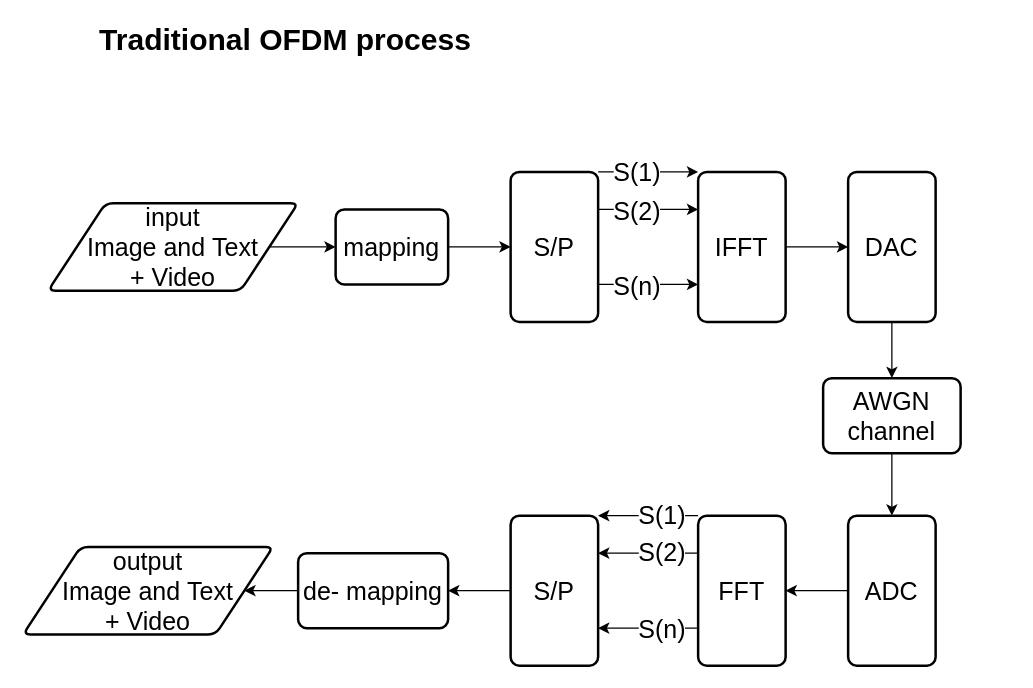
Earlier version of the draw.io diagram page "tradOFDM" (1 of 5) of mod.drawio (troders34/research). Source tidied: cells renumbered, new cells numbered last; positions are measured from the earlier drawing's top-left corner, leaving out a move shared by most shapes. Both pictures are drawn from the tidied source at 125%, with x=0, y=0 at pixel (22, 21).
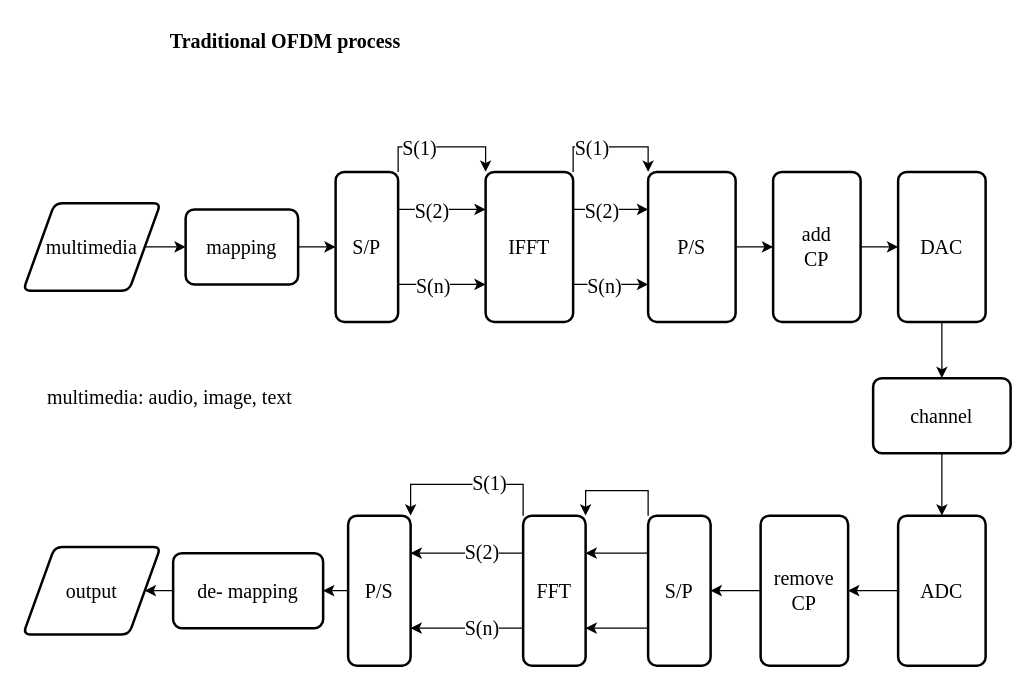
The same diagram, later.

The edit, as a diff of the source:
```diff
@@
-    <mxCell id="2" style="edgeStyle=orthogonalEdgeStyle;rounded=0;jettySize=auto;html=1;exitX=1;exitY=0.5;exitDx=0;exitDy=0;entryX=0;entryY=0.5;entryDx=0;entryDy=0;" parent="1" edge="1" source="3" target="5">
+    <mxCell id="2" style="edgeStyle=orthogonalEdgeStyle;rounded=0;jettySize=auto;html=1;exitX=1;exitY=0.5;exitDx=0;exitDy=0;entryX=0;entryY=0.5;entryDx=0;entryDy=0;fontFamily=Times New Roman;fontSize=16;" parent="1" edge="1" source="3" target="5">
       <mxGeometry relative="1" as="geometry" />
     </mxCell>
-    <mxCell id="3" value="&lt;div&gt;input&lt;/div&gt;Image and&amp;nbsp;&lt;span style=&quot;background-color: transparent; color: light-dark(rgb(0, 0, 0), rgb(255, 255, 255));&quot;&gt;Text&lt;/span&gt;&lt;div&gt;+ Video&lt;/div&gt;" style="shape=parallelogram;html=1;strokeWidth=2;perimeter=parallelogramPerimeter;whiteSpace=wrap;rounded=1;arcSize=12;size=0.23;fontSize=20;" parent="1" vertex="1">
-      <mxGeometry x="20" y="145" width="200" height="70" as="geometry" />
+    <mxCell id="3" value="&lt;div&gt;&lt;span style=&quot;background-color: transparent; color: light-dark(rgb(0, 0, 0), rgb(255, 255, 255));&quot;&gt;multimedia&lt;/span&gt;&lt;/div&gt;" style="shape=parallelogram;html=1;strokeWidth=2;perimeter=parallelogramPerimeter;whiteSpace=wrap;rounded=1;arcSize=12;size=0.23;fontSize=16;fontFamily=Times New Roman;" parent="1" vertex="1">
+      <mxGeometry y="145" width="110" height="70" as="geometry" />
     </mxCell>
-    <mxCell id="4" style="edgeStyle=orthogonalEdgeStyle;rounded=0;jettySize=auto;html=1;exitX=1;exitY=0.5;exitDx=0;exitDy=0;entryX=0;entryY=0.5;entryDx=0;entryDy=0;" parent="1" edge="1" source="5" target="13">
+    <mxCell id="4" style="edgeStyle=orthogonalEdgeStyle;rounded=0;jettySize=auto;html=1;exitX=1;exitY=0.5;exitDx=0;exitDy=0;entryX=0;entryY=0.5;entryDx=0;entryDy=0;fontFamily=Times New Roman;fontSize=16;" parent="1" edge="1" source="5" target="13">
       <mxGeometry relative="1" as="geometry" />
     </mxCell>
-    <mxCell id="5" value="mapping" style="rounded=1;whiteSpace=wrap;html=1;absoluteArcSize=1;arcSize=14;strokeWidth=2;fontSize=20;" parent="1" vertex="1">
-      <mxGeometry x="250" y="150" width="90" height="60" as="geometry" />
+    <mxCell id="5" value="mapping" style="rounded=1;whiteSpace=wrap;html=1;absoluteArcSize=1;arcSize=14;strokeWidth=2;fontSize=16;fontFamily=Times New Roman;" parent="1" vertex="1">
+      <mxGeometry x="130" y="150" width="90" height="60" as="geometry" />
     </mxCell>
-    <mxCell id="6" style="edgeStyle=orthogonalEdgeStyle;rounded=0;jettySize=auto;html=1;exitX=1;exitY=0.5;exitDx=0;exitDy=0;entryX=0;entryY=0.5;entryDx=0;entryDy=0;" parent="1" edge="1" source="13">
-      <mxGeometry relative="1" as="geometry">
-        <mxPoint x="450" y="182.5" as="targetPoint" />
-      </mxGeometry>
-    </mxCell>
-    <mxCell id="7" style="edgeStyle=orthogonalEdgeStyle;rounded=0;jettySize=auto;html=1;exitX=1;exitY=0.25;exitDx=0;exitDy=0;entryX=0;entryY=0.25;entryDx=0;entryDy=0;" parent="1" edge="1" source="13" target="15">
+    <mxCell id="7" style="edgeStyle=orthogonalEdgeStyle;rounded=0;jettySize=auto;html=1;exitX=1;exitY=0.25;exitDx=0;exitDy=0;entryX=0;entryY=0.25;entryDx=0;entryDy=0;fontFamily=Times New Roman;fontSize=16;" parent="1" edge="1" source="13" target="15">
       <mxGeometry relative="1" as="geometry" />
     </mxCell>
-    <mxCell id="8" value="&lt;font style=&quot;font-size: 20px;&quot;&gt;S(2)&lt;/font&gt;" style="edgeLabel;html=1;align=center;verticalAlign=middle;" parent="7" vertex="1">
+    <mxCell id="8" value="&lt;font&gt;S(2)&lt;/font&gt;" style="edgeLabel;html=1;align=center;verticalAlign=middle;fontFamily=Times New Roman;fontSize=16;" parent="7" vertex="1">
       <mxGeometry x="-0.21" relative="1" as="geometry">
         <mxPoint x="-2" as="offset" />
       </mxGeometry>
     </mxCell>
-    <mxCell id="9" style="edgeStyle=orthogonalEdgeStyle;rounded=0;jettySize=auto;html=1;exitX=1;exitY=0;exitDx=0;exitDy=0;entryX=0;entryY=0;entryDx=0;entryDy=0;" parent="1" edge="1" source="13" target="15">
+    <mxCell id="9" style="edgeStyle=orthogonalEdgeStyle;rounded=0;jettySize=auto;html=1;exitX=1;exitY=0;exitDx=0;exitDy=0;entryX=0;entryY=0;entryDx=0;entryDy=0;fontFamily=Times New Roman;fontSize=16;" parent="1" edge="1" source="13" target="15">
       <mxGeometry relative="1" as="geometry">
         <Array as="points">
-          <mxPoint x="510" y="120" />
-          <mxPoint x="510" y="120" />
+          <mxPoint x="300" y="100" />
+          <mxPoint x="370" y="100" />
         </Array>
       </mxGeometry>
     </mxCell>
-    <mxCell id="10" value="&lt;font style=&quot;font-size: 20px;&quot;&gt;S(1)&lt;/font&gt;" style="edgeLabel;html=1;align=center;verticalAlign=middle;" parent="9" vertex="1">
+    <mxCell id="10" value="&lt;font&gt;S(1)&lt;/font&gt;" style="edgeLabel;html=1;align=center;verticalAlign=middle;fontFamily=Times New Roman;fontSize=16;" parent="9" vertex="1">
       <mxGeometry x="-0.6" y="1" relative="1" as="geometry">
         <mxPoint x="14" y="1" as="offset" />
       </mxGeometry>
     </mxCell>
-    <mxCell id="11" style="edgeStyle=orthogonalEdgeStyle;rounded=0;jettySize=auto;html=1;exitX=1;exitY=0.75;exitDx=0;exitDy=0;entryX=0;entryY=0.75;entryDx=0;entryDy=0;" parent="1" edge="1" source="13" target="15">
+    <mxCell id="11" style="edgeStyle=orthogonalEdgeStyle;rounded=0;jettySize=auto;html=1;exitX=1;exitY=0.75;exitDx=0;exitDy=0;entryX=0;entryY=0.75;entryDx=0;entryDy=0;fontFamily=Times New Roman;fontSize=16;" parent="1" edge="1" source="13" target="15">
       <mxGeometry relative="1" as="geometry" />
     </mxCell>
-    <mxCell id="12" value="S(n)" style="edgeLabel;html=1;align=center;verticalAlign=middle;fontSize=20;" parent="11" vertex="1">
+    <mxCell id="12" value="S(n)" style="edgeLabel;html=1;align=center;verticalAlign=middle;fontSize=16;fontFamily=Times New Roman;" parent="11" vertex="1">
       <mxGeometry x="-0.4" relative="1" as="geometry">
         <mxPoint x="6" as="offset" />
       </mxGeometry>
     </mxCell>
-    <mxCell id="13" value="S/P" style="rounded=1;whiteSpace=wrap;html=1;absoluteArcSize=1;arcSize=14;strokeWidth=2;fontSize=20;" parent="1" vertex="1">
-      <mxGeometry x="390" y="120" width="70" height="120" as="geometry" />
+    <mxCell id="13" value="S/P" style="rounded=1;whiteSpace=wrap;html=1;absoluteArcSize=1;arcSize=14;strokeWidth=2;fontSize=16;fontFamily=Times New Roman;" parent="1" vertex="1">
+      <mxGeometry x="250" y="120" width="50" height="120" as="geometry" />
     </mxCell>
-    <mxCell id="14" style="edgeStyle=orthogonalEdgeStyle;rounded=0;jettySize=auto;html=1;exitX=1;exitY=0.5;exitDx=0;exitDy=0;entryX=0;entryY=0.5;entryDx=0;entryDy=0;" parent="1" edge="1" source="15" target="17">
-      <mxGeometry relative="1" as="geometry" />
-    </mxCell>
-    <mxCell id="15" value="IFFT" style="rounded=1;whiteSpace=wrap;html=1;absoluteArcSize=1;arcSize=14;strokeWidth=2;fontSize=20;" parent="1" vertex="1">
-      <mxGeometry x="540" y="120" width="70" height="120" as="geometry" />
+    <mxCell id="15" value="IFFT" style="rounded=1;whiteSpace=wrap;html=1;absoluteArcSize=1;arcSize=14;strokeWidth=2;fontSize=16;fontFamily=Times New Roman;" parent="1" vertex="1">
+      <mxGeometry x="370" y="120" width="70" height="120" as="geometry" />
     </mxCell>
-    <mxCell id="16" style="edgeStyle=orthogonalEdgeStyle;rounded=0;jettySize=auto;html=1;exitX=0.5;exitY=1;exitDx=0;exitDy=0;entryX=0.5;entryY=0;entryDx=0;entryDy=0;" parent="1" edge="1" source="17" target="19">
+    <mxCell id="16" style="edgeStyle=orthogonalEdgeStyle;rounded=0;jettySize=auto;html=1;exitX=0.5;exitY=1;exitDx=0;exitDy=0;entryX=0.5;entryY=0;entryDx=0;entryDy=0;fontFamily=Times New Roman;fontSize=16;" parent="1" edge="1" source="17" target="19">
       <mxGeometry relative="1" as="geometry" />
     </mxCell>
-    <mxCell id="17" value="DAC" style="rounded=1;whiteSpace=wrap;html=1;absoluteArcSize=1;arcSize=14;strokeWidth=2;fontSize=20;" parent="1" vertex="1">
-      <mxGeometry x="660" y="120" width="70" height="120" as="geometry" />
+    <mxCell id="17" value="DAC" style="rounded=1;whiteSpace=wrap;html=1;absoluteArcSize=1;arcSize=14;strokeWidth=2;fontSize=16;fontFamily=Times New Roman;" parent="1" vertex="1">
+      <mxGeometry x="700" y="120" width="70" height="120" as="geometry" />
     </mxCell>
-    <mxCell id="18" style="edgeStyle=orthogonalEdgeStyle;rounded=0;jettySize=auto;html=1;exitX=0.5;exitY=1;exitDx=0;exitDy=0;entryX=0.5;entryY=0;entryDx=0;entryDy=0;" parent="1" edge="1" source="19" target="21">
+    <mxCell id="18" style="edgeStyle=orthogonalEdgeStyle;rounded=0;jettySize=auto;html=1;exitX=0.5;exitY=1;exitDx=0;exitDy=0;entryX=0.5;entryY=0;entryDx=0;entryDy=0;fontFamily=Times New Roman;fontSize=16;" parent="1" edge="1" source="19" target="21">
       <mxGeometry relative="1" as="geometry" />
     </mxCell>
-    <mxCell id="19" value="AWGN&lt;div&gt;channel&lt;/div&gt;" style="rounded=1;whiteSpace=wrap;html=1;absoluteArcSize=1;arcSize=14;strokeWidth=2;fontSize=20;" parent="1" vertex="1">
-      <mxGeometry x="640" y="285" width="110" height="60" as="geometry" />
+    <mxCell id="19" value="channel" style="rounded=1;whiteSpace=wrap;html=1;absoluteArcSize=1;arcSize=14;strokeWidth=2;fontSize=16;fontFamily=Times New Roman;" parent="1" vertex="1">
+      <mxGeometry x="680" y="285" width="110" height="60" as="geometry" />
     </mxCell>
-    <mxCell id="20" style="edgeStyle=orthogonalEdgeStyle;rounded=0;jettySize=auto;html=1;exitX=0;exitY=0.5;exitDx=0;exitDy=0;entryX=1;entryY=0.5;entryDx=0;entryDy=0;" parent="1" edge="1" source="21" target="28">
-      <mxGeometry relative="1" as="geometry" />
-    </mxCell>
+    <mxCell id="35" style="edgeStyle=orthogonalEdgeStyle;rounded=0;jettySize=auto;html=1;exitX=0;exitY=0.5;exitDx=0;exitDy=0;entryX=1;entryY=0.5;entryDx=0;entryDy=0;" parent="1" edge="1" source="21" target="52">
+      <mxGeometry relative="1" as="geometry" />
+    </mxCell>
-    <mxCell id="21" value="ADC" style="rounded=1;whiteSpace=wrap;html=1;absoluteArcSize=1;arcSize=14;strokeWidth=2;fontSize=20;" parent="1" vertex="1">
-      <mxGeometry x="660" y="395" width="70" height="120" as="geometry" />
+    <mxCell id="21" value="ADC" style="rounded=1;whiteSpace=wrap;html=1;absoluteArcSize=1;arcSize=14;strokeWidth=2;fontSize=16;fontFamily=Times New Roman;" parent="1" vertex="1">
+      <mxGeometry x="700" y="395" width="70" height="120" as="geometry" />
     </mxCell>
-    <mxCell id="22" style="edgeStyle=orthogonalEdgeStyle;rounded=0;jettySize=auto;html=1;exitX=0;exitY=0;exitDx=0;exitDy=0;entryX=1;entryY=0;entryDx=0;entryDy=0;" parent="1" edge="1" source="28" target="30">
+    <mxCell id="22" style="edgeStyle=orthogonalEdgeStyle;rounded=0;jettySize=auto;html=1;exitX=0;exitY=0;exitDx=0;exitDy=0;entryX=1;entryY=0;entryDx=0;entryDy=0;fontFamily=Times New Roman;fontSize=16;" parent="1" edge="1" source="28" target="30">
       <mxGeometry relative="1" as="geometry">
         <Array as="points">
-          <mxPoint x="510" y="395" />
-          <mxPoint x="510" y="395" />
+          <mxPoint x="400" y="370" />
+          <mxPoint x="310" y="370" />
         </Array>
       </mxGeometry>
     </mxCell>
-    <mxCell id="23" value="&lt;font&gt;S(1)&lt;/font&gt;" style="edgeLabel;html=1;align=center;verticalAlign=middle;fontSize=20;" parent="22" vertex="1">
+    <mxCell id="23" value="&lt;font&gt;S(1)&lt;/font&gt;" style="edgeLabel;html=1;align=center;verticalAlign=middle;fontSize=16;fontFamily=Times New Roman;" parent="22" vertex="1">
       <mxGeometry x="-0.25" y="-2" relative="1" as="geometry" />
     </mxCell>
-    <mxCell id="24" style="edgeStyle=orthogonalEdgeStyle;rounded=0;jettySize=auto;html=1;exitX=0;exitY=0.25;exitDx=0;exitDy=0;entryX=1;entryY=0.25;entryDx=0;entryDy=0;" parent="1" edge="1" source="28" target="30">
+    <mxCell id="24" style="edgeStyle=orthogonalEdgeStyle;rounded=0;jettySize=auto;html=1;exitX=0;exitY=0.25;exitDx=0;exitDy=0;entryX=1;entryY=0.25;entryDx=0;entryDy=0;fontFamily=Times New Roman;fontSize=16;" parent="1" edge="1" source="28" target="30">
       <mxGeometry relative="1" as="geometry" />
     </mxCell>
-    <mxCell id="25" value="&lt;font style=&quot;font-size: 20px;&quot;&gt;S(2)&lt;/font&gt;" style="edgeLabel;html=1;align=center;verticalAlign=middle;" parent="24" vertex="1">
+    <mxCell id="25" value="&lt;font&gt;S(2)&lt;/font&gt;" style="edgeLabel;html=1;align=center;verticalAlign=middle;fontFamily=Times New Roman;fontSize=16;" parent="24" vertex="1">
       <mxGeometry x="-0.22" y="-2" relative="1" as="geometry">
         <mxPoint x="1" as="offset" />
       </mxGeometry>
     </mxCell>
-    <mxCell id="26" style="edgeStyle=orthogonalEdgeStyle;rounded=0;jettySize=auto;html=1;exitX=0;exitY=0.75;exitDx=0;exitDy=0;entryX=1;entryY=0.75;entryDx=0;entryDy=0;" parent="1" edge="1" source="28" target="30">
+    <mxCell id="26" style="edgeStyle=orthogonalEdgeStyle;rounded=0;jettySize=auto;html=1;exitX=0;exitY=0.75;exitDx=0;exitDy=0;entryX=1;entryY=0.75;entryDx=0;entryDy=0;fontFamily=Times New Roman;fontSize=16;" parent="1" edge="1" source="28" target="30">
       <mxGeometry relative="1" as="geometry" />
     </mxCell>
-    <mxCell id="27" value="&lt;font style=&quot;font-size: 20px;&quot;&gt;S(n)&lt;/font&gt;" style="edgeLabel;html=1;align=center;verticalAlign=middle;" parent="26" vertex="1">
+    <mxCell id="27" value="&lt;font&gt;S(n)&lt;/font&gt;" style="edgeLabel;html=1;align=center;verticalAlign=middle;fontFamily=Times New Roman;fontSize=16;" parent="26" vertex="1">
       <mxGeometry x="-0.29" y="-1" relative="1" as="geometry">
         <mxPoint x="-2" as="offset" />
       </mxGeometry>
     </mxCell>
-    <mxCell id="28" value="FFT" style="rounded=1;whiteSpace=wrap;html=1;absoluteArcSize=1;arcSize=14;strokeWidth=2;fontSize=20;" parent="1" vertex="1">
-      <mxGeometry x="540" y="395" width="70" height="120" as="geometry" />
+    <mxCell id="28" value="FFT" style="rounded=1;whiteSpace=wrap;html=1;absoluteArcSize=1;arcSize=14;strokeWidth=2;fontSize=16;fontFamily=Times New Roman;" parent="1" vertex="1">
+      <mxGeometry x="400" y="395" width="50" height="120" as="geometry" />
     </mxCell>
-    <mxCell id="29" style="edgeStyle=orthogonalEdgeStyle;rounded=0;jettySize=auto;html=1;exitX=0;exitY=0.5;exitDx=0;exitDy=0;entryX=1;entryY=0.5;entryDx=0;entryDy=0;" parent="1" edge="1" source="30" target="32">
+    <mxCell id="29" style="edgeStyle=orthogonalEdgeStyle;rounded=0;jettySize=auto;html=1;exitX=0;exitY=0.5;exitDx=0;exitDy=0;entryX=1;entryY=0.5;entryDx=0;entryDy=0;fontFamily=Times New Roman;fontSize=16;" parent="1" edge="1" source="30" target="32">
       <mxGeometry relative="1" as="geometry" />
     </mxCell>
-    <mxCell id="30" value="S/P" style="rounded=1;whiteSpace=wrap;html=1;absoluteArcSize=1;arcSize=14;strokeWidth=2;fontSize=20;" parent="1" vertex="1">
-      <mxGeometry x="390" y="395" width="70" height="120" as="geometry" />
+    <mxCell id="30" value="P/S" style="rounded=1;whiteSpace=wrap;html=1;absoluteArcSize=1;arcSize=14;strokeWidth=2;fontSize=16;fontFamily=Times New Roman;" parent="1" vertex="1">
+      <mxGeometry x="260" y="395" width="50" height="120" as="geometry" />
     </mxCell>
-    <mxCell id="31" style="edgeStyle=orthogonalEdgeStyle;rounded=0;jettySize=auto;html=1;exitX=0;exitY=0.5;exitDx=0;exitDy=0;entryX=1;entryY=0.5;entryDx=0;entryDy=0;" parent="1" edge="1" source="32" target="33">
+    <mxCell id="31" style="edgeStyle=orthogonalEdgeStyle;rounded=0;jettySize=auto;html=1;exitX=0;exitY=0.5;exitDx=0;exitDy=0;entryX=1;entryY=0.5;entryDx=0;entryDy=0;fontFamily=Times New Roman;fontSize=16;" parent="1" edge="1" source="32" target="33">
       <mxGeometry relative="1" as="geometry" />
     </mxCell>
-    <mxCell id="32" value="de- mapping" style="rounded=1;whiteSpace=wrap;html=1;absoluteArcSize=1;arcSize=14;strokeWidth=2;fontSize=20;" parent="1" vertex="1">
-      <mxGeometry x="220" y="425" width="120" height="60" as="geometry" />
+    <mxCell id="32" value="de- mapping" style="rounded=1;whiteSpace=wrap;html=1;absoluteArcSize=1;arcSize=14;strokeWidth=2;fontSize=16;fontFamily=Times New Roman;" parent="1" vertex="1">
+      <mxGeometry x="120" y="425" width="120" height="60" as="geometry" />
     </mxCell>
-    <mxCell id="33" value="&lt;div&gt;output&lt;/div&gt;Image and&amp;nbsp;&lt;span style=&quot;background-color: transparent; color: light-dark(rgb(0, 0, 0), rgb(255, 255, 255));&quot;&gt;Text&lt;/span&gt;&lt;div&gt;+ Video&lt;/div&gt;" style="shape=parallelogram;html=1;strokeWidth=2;perimeter=parallelogramPerimeter;whiteSpace=wrap;rounded=1;arcSize=12;size=0.23;fontSize=20;" parent="1" vertex="1">
-      <mxGeometry y="420" width="200" height="70" as="geometry" />
+    <mxCell id="33" value="&lt;div&gt;output&lt;/div&gt;" style="shape=parallelogram;html=1;strokeWidth=2;perimeter=parallelogramPerimeter;whiteSpace=wrap;rounded=1;arcSize=12;size=0.23;fontSize=16;fontFamily=Times New Roman;" parent="1" vertex="1">
+      <mxGeometry y="420" width="110" height="70" as="geometry" />
     </mxCell>
-    <mxCell id="34" value="Traditional OFDM process" style="text;html=1;align=center;verticalAlign=middle;whiteSpace=wrap;rounded=0;fontSize=24;fontStyle=1;" parent="1" vertex="1">
+    <mxCell id="34" value="Traditional OFDM process" style="text;html=1;align=center;verticalAlign=middle;whiteSpace=wrap;rounded=0;fontSize=16;fontStyle=1;fontFamily=Times New Roman;" parent="1" vertex="1">
       <mxGeometry width="420" height="30" as="geometry" />
     </mxCell>
+    <mxCell id="36" style="edgeStyle=orthogonalEdgeStyle;rounded=0;jettySize=auto;html=1;exitX=1;exitY=0.25;exitDx=0;exitDy=0;entryX=0;entryY=0.25;entryDx=0;entryDy=0;fontFamily=Times New Roman;fontSize=16;" parent="1" edge="1" source="15" target="43">
+      <mxGeometry relative="1" as="geometry" />
+    </mxCell>
+    <mxCell id="37" value="&lt;font&gt;S(2)&lt;/font&gt;" style="edgeLabel;html=1;align=center;verticalAlign=middle;fontFamily=Times New Roman;fontSize=16;" parent="36" vertex="1">
+      <mxGeometry x="-0.21" relative="1" as="geometry">
+        <mxPoint x="-2" as="offset" />
+      </mxGeometry>
+    </mxCell>
+    <mxCell id="38" style="edgeStyle=orthogonalEdgeStyle;rounded=0;jettySize=auto;html=1;exitX=1;exitY=0;exitDx=0;exitDy=0;entryX=0;entryY=0;entryDx=0;entryDy=0;fontFamily=Times New Roman;fontSize=16;" parent="1" edge="1" source="15" target="43">
+      <mxGeometry relative="1" as="geometry" />
+    </mxCell>
+    <mxCell id="39" value="&lt;font&gt;S(1)&lt;/font&gt;" style="edgeLabel;html=1;align=center;verticalAlign=middle;fontFamily=Times New Roman;fontSize=16;" parent="38" vertex="1">
+      <mxGeometry x="-0.6" y="1" relative="1" as="geometry">
+        <mxPoint x="14" y="1" as="offset" />
+      </mxGeometry>
+    </mxCell>
+    <mxCell id="40" style="edgeStyle=orthogonalEdgeStyle;rounded=0;jettySize=auto;html=1;exitX=1;exitY=0.75;exitDx=0;exitDy=0;entryX=0;entryY=0.75;entryDx=0;entryDy=0;fontFamily=Times New Roman;fontSize=16;" parent="1" edge="1" source="15" target="43">
+      <mxGeometry relative="1" as="geometry" />
+    </mxCell>
+    <mxCell id="41" value="S(n)" style="edgeLabel;html=1;align=center;verticalAlign=middle;fontSize=16;fontFamily=Times New Roman;" parent="40" vertex="1">
+      <mxGeometry x="-0.4" relative="1" as="geometry">
+        <mxPoint x="6" as="offset" />
+      </mxGeometry>
+    </mxCell>
+    <mxCell id="42" style="edgeStyle=orthogonalEdgeStyle;rounded=0;jettySize=auto;html=1;exitX=1;exitY=0.5;exitDx=0;exitDy=0;entryX=0;entryY=0.5;entryDx=0;entryDy=0;" parent="1" edge="1" source="43" target="45">
+      <mxGeometry relative="1" as="geometry" />
+    </mxCell>
+    <mxCell id="43" value="P/S" style="rounded=1;whiteSpace=wrap;html=1;absoluteArcSize=1;arcSize=14;strokeWidth=2;fontSize=16;fontFamily=Times New Roman;" parent="1" vertex="1">
+      <mxGeometry x="500" y="120" width="70" height="120" as="geometry" />
+    </mxCell>
+    <mxCell id="44" style="edgeStyle=orthogonalEdgeStyle;rounded=0;jettySize=auto;html=1;exitX=1;exitY=0.5;exitDx=0;exitDy=0;entryX=0;entryY=0.5;entryDx=0;entryDy=0;" parent="1" edge="1" source="45" target="17">
+      <mxGeometry relative="1" as="geometry" />
+    </mxCell>
+    <mxCell id="45" value="add&lt;div&gt;CP&lt;/div&gt;" style="rounded=1;whiteSpace=wrap;html=1;absoluteArcSize=1;arcSize=14;strokeWidth=2;fontSize=16;fontFamily=Times New Roman;" parent="1" vertex="1">
+      <mxGeometry x="600" y="120" width="70" height="120" as="geometry" />
+    </mxCell>
+    <mxCell id="46" value="multimedia: audio, image, text" style="text;html=1;align=center;verticalAlign=middle;whiteSpace=wrap;rounded=0;fontFamily=Times New Roman;fontSize=16;" parent="1" vertex="1">
+      <mxGeometry y="285" width="235" height="30" as="geometry" />
+    </mxCell>
+    <mxCell id="47" style="edgeStyle=orthogonalEdgeStyle;rounded=0;jettySize=auto;html=1;exitX=0;exitY=0;exitDx=0;exitDy=0;entryX=1;entryY=0;entryDx=0;entryDy=0;" parent="1" edge="1" source="50" target="28">
+      <mxGeometry relative="1" as="geometry" />
+    </mxCell>
+    <mxCell id="48" style="edgeStyle=orthogonalEdgeStyle;rounded=0;jettySize=auto;html=1;exitX=0;exitY=0.25;exitDx=0;exitDy=0;entryX=1;entryY=0.25;entryDx=0;entryDy=0;" parent="1" edge="1" source="50" target="28">
+      <mxGeometry relative="1" as="geometry" />
+    </mxCell>
+    <mxCell id="49" style="edgeStyle=orthogonalEdgeStyle;rounded=0;jettySize=auto;html=1;exitX=0;exitY=0.75;exitDx=0;exitDy=0;entryX=1;entryY=0.75;entryDx=0;entryDy=0;" parent="1" edge="1" source="50" target="28">
+      <mxGeometry relative="1" as="geometry" />
+    </mxCell>
+    <mxCell id="50" value="S/P" style="rounded=1;whiteSpace=wrap;html=1;absoluteArcSize=1;arcSize=14;strokeWidth=2;fontSize=16;fontFamily=Times New Roman;" parent="1" vertex="1">
+      <mxGeometry x="500" y="395" width="50" height="120" as="geometry" />
+    </mxCell>
+    <mxCell id="51" style="edgeStyle=orthogonalEdgeStyle;rounded=0;jettySize=auto;html=1;exitX=0;exitY=0.5;exitDx=0;exitDy=0;entryX=1;entryY=0.5;entryDx=0;entryDy=0;" parent="1" edge="1" source="52" target="50">
+      <mxGeometry relative="1" as="geometry" />
+    </mxCell>
+    <mxCell id="52" value="remove&lt;div&gt;CP&lt;/div&gt;" style="rounded=1;whiteSpace=wrap;html=1;absoluteArcSize=1;arcSize=14;strokeWidth=2;fontSize=16;fontFamily=Times New Roman;" parent="1" vertex="1">
+      <mxGeometry x="590" y="395" width="70" height="120" as="geometry" />
+    </mxCell>
```
